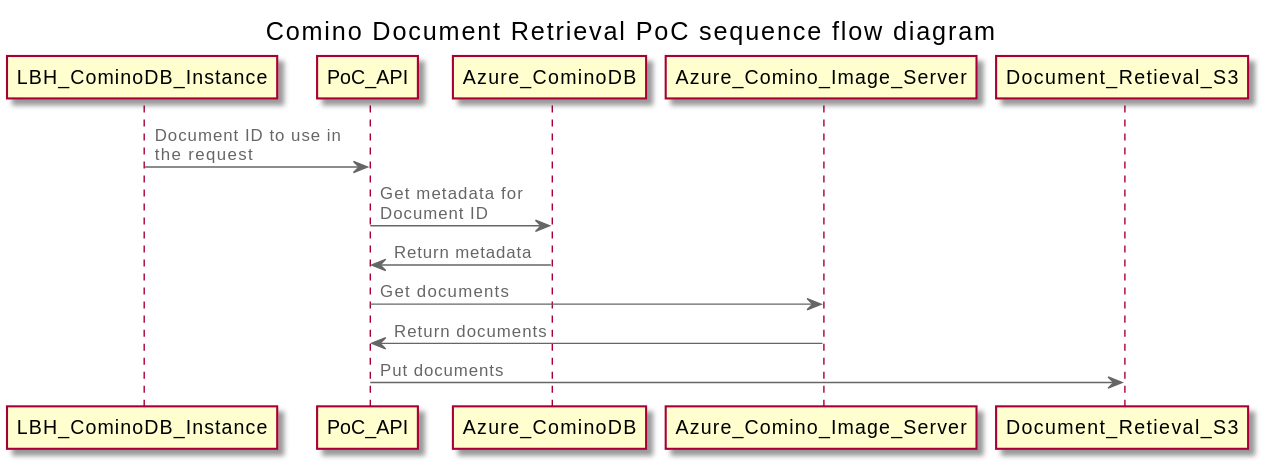
The PlantUML diagram docs/diagrams/comino-document-retrieval-poc-sequence-diagram.svg in LBHackney-IT/comino-document-retrieval, before a commit. The source it was exported from:
```plantuml
@startuml
!include https://raw.githubusercontent.com/plantuml-stdlib/C4-PlantUML/v2.2.0/C4_Deployment.puml
!include https://raw.githubusercontent.com/LBHackney-IT/cv-19-res-support-v3/development/docs/diagrams/c4_shared.puml

title Comino Document Retrieval PoC sequence flow diagram

LBH_CominoDB_Instance -> PoC_API: Document ID to use in the request
PoC_API -> Azure_CominoDB: Get metadata for Document ID
PoC_API <- Azure_CominoDB: Return metadata
PoC_API -> Azure_Comino_Image_Server: Get documents
PoC_API <- Azure_Comino_Image_Server: Return documents
PoC_API -> Document_Retieval_S3: Put documents
@enduml
```
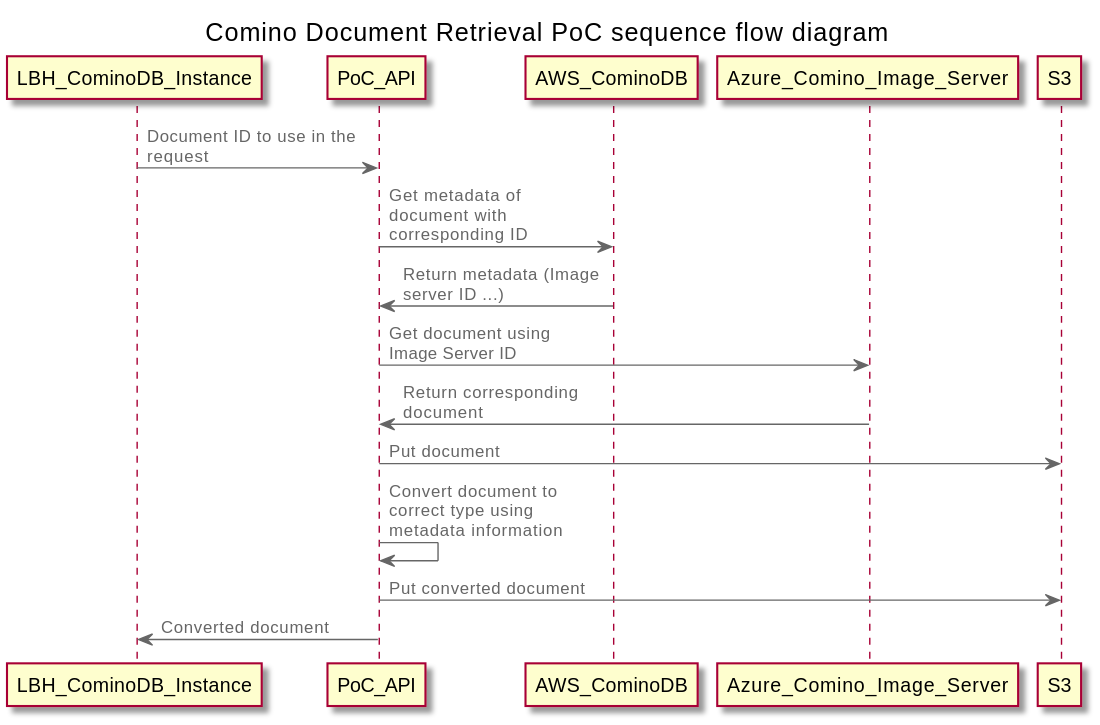
After the commit.

What changed in the source:
```diff
@@ -5,9 +5,12 @@
 title Comino Document Retrieval PoC sequence flow diagram
 
 LBH_CominoDB_Instance -> PoC_API: Document ID to use in the request
-PoC_API -> Azure_CominoDB: Get metadata for Document ID
-PoC_API <- Azure_CominoDB: Return metadata
-PoC_API -> Azure_Comino_Image_Server: Get documents
-PoC_API <- Azure_Comino_Image_Server: Return documents
-PoC_API -> Document_Retieval_S3: Put documents
+PoC_API -> AWS_CominoDB: Get metadata of document with corresponding ID
+PoC_API <- AWS_CominoDB: Return metadata (Image server ID ...)
+PoC_API -> Azure_Comino_Image_Server: Get document using Image Server ID
+PoC_API <- Azure_Comino_Image_Server: Return corresponding document
+PoC_API -> S3: Put document
+PoC_API -> PoC_API: Convert document to correct type using metadata information
+PoC_API -> S3: Put converted document
+PoC_API -> LBH_CominoDB_Instance: Converted document
 @enduml
```
